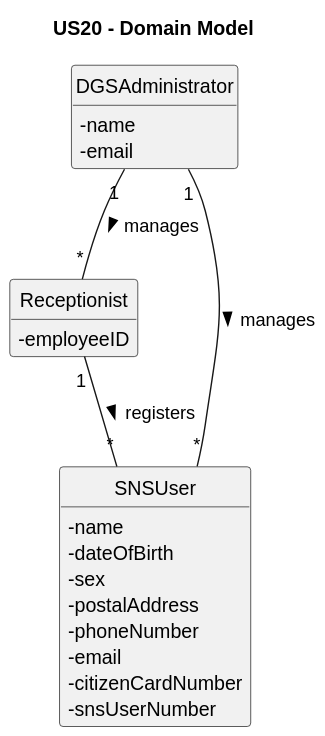
The PlantUML diagram docs/system-documentation/US20/svg/US20-DM.svg in luluisfcm/leti-esoft-25-26-B5, before a commit.
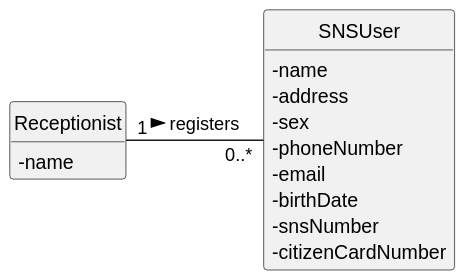
Above is the later version.

Change to the diagram source:
```diff
@@ -1,30 +1,22 @@
 @startuml
-title US20 - Domain Model
+skinparam classAttributeIconSize 0
+hide circle
 hide methods
-hide circles
-skinparam classAttributeIconSize 0
-
-class DGSAdministrator {
-    - name
-    - email
-}
 
 class Receptionist {
-    - employeeID
+    - name
 }
 
 class SNSUser {
     - name
-    -dateOfBirth
-    -sex
-    -postalAddress
-    -phoneNumber
-    -email
-    -citizenCardNumber
-    -snsUserNumber
+    - address
+    - sex
+    - phoneNumber
+    - email
+    - birthDate
+    - snsNumber
+    - citizenCardNumber
 }
 
-DGSAdministrator "1" -- "*" SNSUser : manages >
-DGSAdministrator "1" -- "*" Receptionist : manages >
-Receptionist "1" -- "*" SNSUser : registers >
+Receptionist "1" -right-- "0..*" SNSUser:  registers >
 @enduml
```
